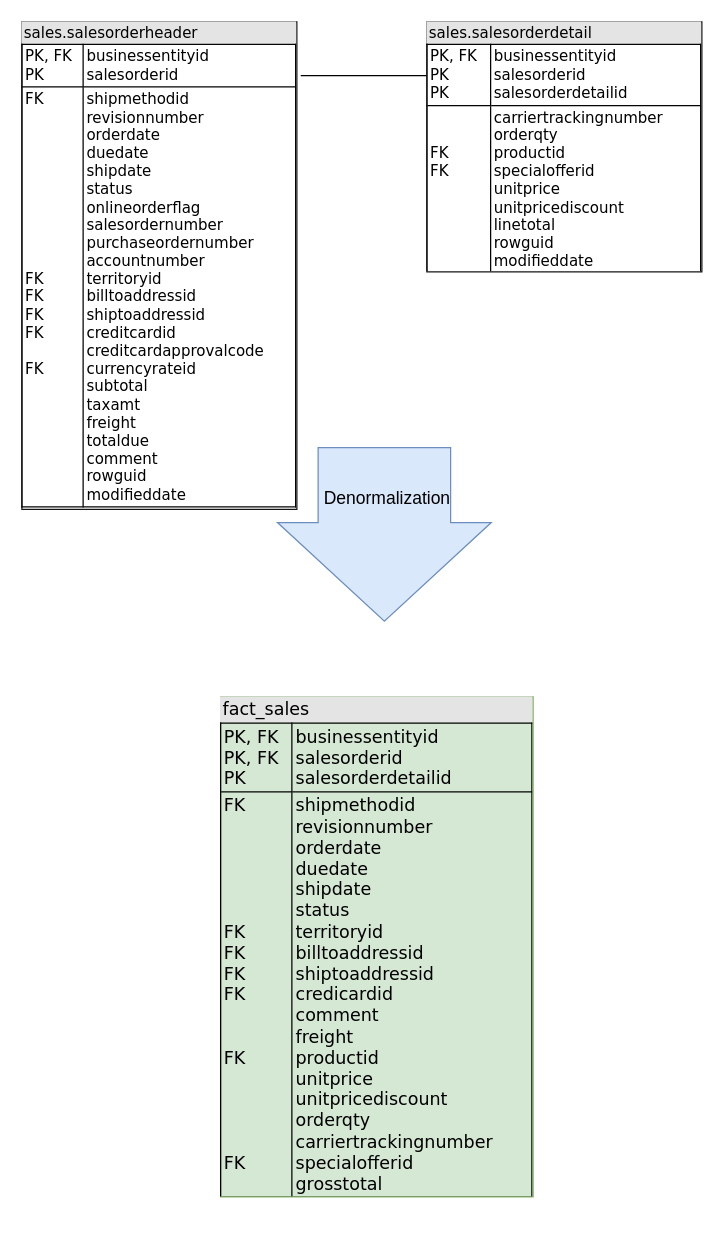
The draw.io diagram page "sales_fact_model" (2 of 6) of data_models.drawio in glbarr/AdventureWorks_DW, before the edit. Source tidied: cells renumbered, new cells numbered last; positions are measured from the earlier drawing's top-left corner, leaving out a move shared by most shapes. Both pictures are drawn from the tidied source at 125%, with x=0, y=0 at pixel (21, 21).
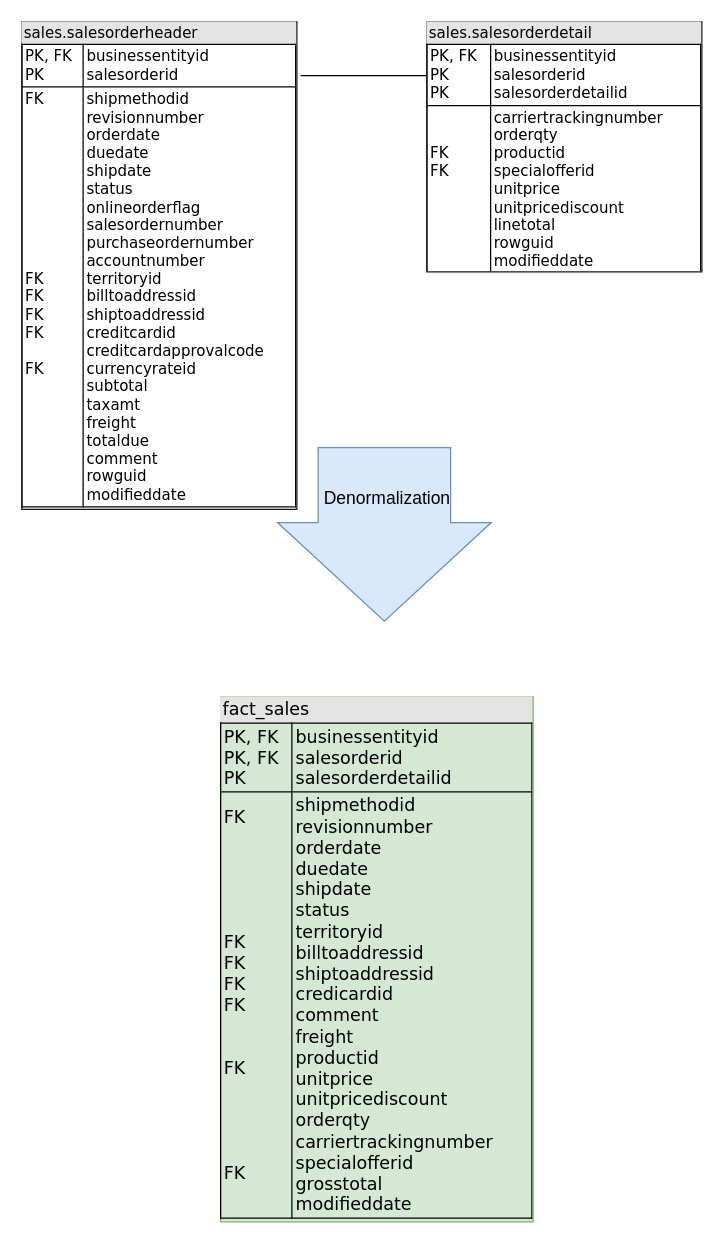
The same diagram, later.

Change to the diagram source:
```diff
@@
 <mxGraphModel>
   <root>
     <mxCell id="0" />
     <mxCell id="1" parent="0" />
     <mxCell id="2" style="edgeStyle=orthogonalEdgeStyle;rounded=0;jettySize=auto;html=1;exitX=1.014;exitY=0.11;exitDx=0;exitDy=0;entryX=0.005;entryY=0.215;entryDx=0;entryDy=0;entryPerimeter=0;fontSize=14;startArrow=none;startFill=0;endArrow=none;endFill=0;exitPerimeter=0;" parent="1" edge="1" source="3" target="4">
       <mxGeometry relative="1" as="geometry" />
     </mxCell>
     <mxCell id="3" value="&lt;div style=&quot;box-sizing: border-box ; width: 100% ; background: #e4e4e4 ; padding: 2px&quot;&gt;sales.salesorderheader&lt;/div&gt;&lt;table border=&quot;1&quot; style=&quot;width: 100%; font-size: 1em; border: 1px solid rgb(3, 3, 3); border-collapse: collapse;&quot; cellpadding=&quot;2&quot; cellspacing=&quot;0&quot;&gt;&lt;tbody&gt;&lt;tr&gt;&lt;td&gt;PK, FK&lt;br&gt;PK&lt;/td&gt;&lt;td&gt;businessentityid&lt;br&gt;salesorderid&lt;/td&gt;&lt;/tr&gt;&lt;tr&gt;&lt;td&gt;FK&lt;br&gt;&lt;br&gt;&lt;br&gt;&lt;br&gt;&lt;br&gt;&lt;br&gt;&lt;br&gt;&lt;br&gt;&lt;br&gt;&lt;br&gt;FK&lt;br&gt;FK&lt;br&gt;FK&lt;br&gt;FK&lt;br&gt;&lt;br&gt;FK&lt;br&gt;&lt;br&gt;&lt;br&gt;&lt;br&gt;&lt;br&gt;&lt;br&gt;&lt;br&gt;&lt;br&gt;&lt;/td&gt;&lt;td&gt;shipmethodid&lt;br&gt;revisionnumber&lt;br&gt;orderdate&lt;br&gt;duedate&lt;br&gt;shipdate&lt;br&gt;status&lt;br&gt;onlineorderflag&lt;br&gt;salesordernumber&lt;br&gt;purchaseordernumber&lt;br&gt;accountnumber&lt;br&gt;territoryid&lt;br&gt;billtoaddressid&lt;br&gt;shiptoaddressid&lt;br&gt;creditcardid&lt;br&gt;creditcardapprovalcode&lt;br&gt;currencyrateid&lt;br&gt;subtotal&lt;br&gt;taxamt&lt;br&gt;freight&lt;br&gt;totaldue&lt;br&gt;comment&lt;br&gt;rowguid&lt;br&gt;modifieddate&lt;/td&gt;&lt;/tr&gt;&lt;/tbody&gt;&lt;/table&gt;" style="verticalAlign=top;align=left;overflow=fill;html=1;rounded=0;shadow=0;comic=0;labelBackgroundColor=none;strokeWidth=1;fontFamily=Verdana;fontSize=12;strokeColor=#141414;" parent="1" vertex="1">
       <mxGeometry width="220" height="390" as="geometry" />
     </mxCell>
     <mxCell id="4" value="&lt;div style=&quot;box-sizing: border-box ; width: 100% ; background: #e4e4e4 ; padding: 2px&quot;&gt;sales.salesorderdetail&lt;/div&gt;&lt;table border=&quot;1&quot; style=&quot;width: 100%; font-size: 1em; border: 1px solid rgb(3, 3, 3); border-collapse: collapse;&quot; cellpadding=&quot;2&quot; cellspacing=&quot;0&quot;&gt;&lt;tbody&gt;&lt;tr&gt;&lt;td&gt;PK, FK&lt;br&gt;PK&lt;br&gt;PK&lt;/td&gt;&lt;td&gt;businessentityid&lt;br&gt;salesorderid&lt;br&gt;salesorderdetailid&lt;/td&gt;&lt;/tr&gt;&lt;tr&gt;&lt;td&gt;&lt;br&gt;&lt;br&gt;FK&lt;br&gt;FK&lt;br&gt;&lt;br&gt;&lt;br&gt;&lt;br&gt;&lt;br&gt;&lt;br&gt;&lt;/td&gt;&lt;td&gt;carriertrackingnumber&lt;br&gt;orderqty&lt;br&gt;productid&lt;br&gt;specialofferid&lt;br&gt;unitprice&lt;br&gt;unitpricediscount&lt;br&gt;linetotal&lt;br&gt;rowguid&lt;br&gt;modifieddate&lt;/td&gt;&lt;/tr&gt;&lt;/tbody&gt;&lt;/table&gt;" style="verticalAlign=top;align=left;overflow=fill;html=1;rounded=0;shadow=0;comic=0;labelBackgroundColor=none;strokeWidth=1;fontFamily=Verdana;fontSize=12;strokeColor=#141414;" parent="1" vertex="1">
       <mxGeometry x="324" width="220" height="200" as="geometry" />
     </mxCell>
     <mxCell id="5" style="shape=flexArrow;endArrow=classic;html=1;rounded=0;endWidth=64;endSize=26;width=106;fillColor=#dae8fc;strokeColor=#6c8ebf;" parent="1" edge="1">
       <mxGeometry relative="1" as="geometry">
         <mxPoint x="290" y="340" as="sourcePoint" />
         <mxPoint x="290" y="480" as="targetPoint" />
       </mxGeometry>
     </mxCell>
     <mxCell id="6" value="Denormalization" style="edgeLabel;html=1;align=center;verticalAlign=middle;fontSize=14;labelBackgroundColor=none;" parent="5" vertex="1">
       <mxGeometry x="-0.33" y="-7" relative="1" as="geometry">
         <mxPoint x="8" y="-7" as="offset" />
       </mxGeometry>
     </mxCell>
-    <mxCell id="7" value="&lt;div style=&quot;box-sizing: border-box; width: 100%; background: rgb(228, 228, 228); padding: 2px; font-size: 14px;&quot;&gt;fact_sales&lt;/div&gt;&lt;table border=&quot;1&quot; style=&quot;width: 100%; font-size: 14px; border: 1px solid rgb(3, 3, 3); border-collapse: collapse;&quot; cellpadding=&quot;2&quot; cellspacing=&quot;0&quot;&gt;&lt;tbody style=&quot;font-size: 14px;&quot;&gt;&lt;tr style=&quot;font-size: 14px;&quot;&gt;&lt;td style=&quot;font-size: 14px;&quot;&gt;PK, FK&lt;br&gt;PK, FK&lt;br&gt;PK&lt;/td&gt;&lt;td style=&quot;font-size: 14px;&quot;&gt;businessentityid&lt;br&gt;salesorderid&lt;br&gt;salesorderdetailid&lt;/td&gt;&lt;/tr&gt;&lt;tr style=&quot;font-size: 14px;&quot;&gt;&lt;td style=&quot;font-size: 14px;&quot;&gt;FK&lt;br&gt;&lt;br&gt;&lt;br&gt;&lt;br&gt;&lt;br&gt;&lt;br&gt;FK&lt;br&gt;FK&lt;br&gt;FK&lt;br&gt;FK&lt;br&gt;&lt;br&gt;&lt;br&gt;FK&lt;br&gt;&lt;br&gt;&lt;br&gt;&lt;br&gt;&lt;br&gt;FK&lt;br&gt;&lt;br style=&quot;font-size: 14px;&quot;&gt;&lt;/td&gt;&lt;td style=&quot;font-size: 14px;&quot;&gt;shipmethodid&lt;br&gt;revisionnumber&lt;br&gt;orderdate&lt;br&gt;duedate&lt;br&gt;shipdate&lt;br&gt;status&lt;br&gt;territoryid&lt;br&gt;billtoaddressid&lt;br&gt;shiptoaddressid&lt;br&gt;credicardid&lt;br&gt;comment&lt;br&gt;freight&lt;br&gt;productid&lt;br&gt;unitprice&lt;br&gt;unitpricediscount&lt;br&gt;orderqty&lt;br&gt;carriertrackingnumber&lt;br&gt;specialofferid&lt;br&gt;grosstotal&lt;/td&gt;&lt;/tr&gt;&lt;/tbody&gt;&lt;/table&gt;" style="verticalAlign=top;align=left;overflow=fill;html=1;rounded=0;shadow=0;comic=0;labelBackgroundColor=none;strokeWidth=1;fontFamily=Verdana;fontSize=14;fillColor=#d5e8d4;strokeColor=#82b366;" parent="1" vertex="1">
-      <mxGeometry x="159" y="540" width="250" height="400" as="geometry" />
+    <mxCell id="7" value="&lt;div style=&quot;box-sizing: border-box; width: 100%; background: rgb(228, 228, 228); padding: 2px; font-size: 14px;&quot;&gt;fact_sales&lt;/div&gt;&lt;table border=&quot;1&quot; style=&quot;width: 100%; font-size: 14px; border: 1px solid rgb(3, 3, 3); border-collapse: collapse;&quot; cellpadding=&quot;2&quot; cellspacing=&quot;0&quot;&gt;&lt;tbody style=&quot;font-size: 14px;&quot;&gt;&lt;tr style=&quot;font-size: 14px;&quot;&gt;&lt;td style=&quot;font-size: 14px;&quot;&gt;PK, FK&lt;br&gt;PK, FK&lt;br&gt;PK&lt;/td&gt;&lt;td style=&quot;font-size: 14px;&quot;&gt;businessentityid&lt;br&gt;salesorderid&lt;br&gt;salesorderdetailid&lt;/td&gt;&lt;/tr&gt;&lt;tr style=&quot;font-size: 14px;&quot;&gt;&lt;td style=&quot;font-size: 14px;&quot;&gt;FK&lt;br&gt;&lt;br&gt;&lt;br&gt;&lt;br&gt;&lt;br&gt;&lt;br&gt;FK&lt;br&gt;FK&lt;br&gt;FK&lt;br&gt;FK&lt;br&gt;&lt;br&gt;&lt;br&gt;FK&lt;br&gt;&lt;br&gt;&lt;br&gt;&lt;br&gt;&lt;br&gt;FK&lt;br&gt;&lt;br style=&quot;font-size: 14px;&quot;&gt;&lt;/td&gt;&lt;td style=&quot;font-size: 14px;&quot;&gt;shipmethodid&lt;br&gt;revisionnumber&lt;br&gt;orderdate&lt;br&gt;duedate&lt;br&gt;shipdate&lt;br&gt;status&lt;br&gt;territoryid&lt;br&gt;billtoaddressid&lt;br&gt;shiptoaddressid&lt;br&gt;credicardid&lt;br&gt;comment&lt;br&gt;freight&lt;br&gt;productid&lt;br&gt;unitprice&lt;br&gt;unitpricediscount&lt;br&gt;orderqty&lt;br&gt;carriertrackingnumber&lt;br&gt;specialofferid&lt;br&gt;grosstotal&lt;br&gt;modifieddate&lt;/td&gt;&lt;/tr&gt;&lt;/tbody&gt;&lt;/table&gt;" style="verticalAlign=top;align=left;overflow=fill;html=1;rounded=0;shadow=0;comic=0;labelBackgroundColor=none;strokeWidth=1;fontFamily=Verdana;fontSize=14;fillColor=#d5e8d4;strokeColor=#82b366;" parent="1" vertex="1">
+      <mxGeometry x="159" y="540" width="250" height="420" as="geometry" />
     </mxCell>
   </root>
 </mxGraphModel>
```
